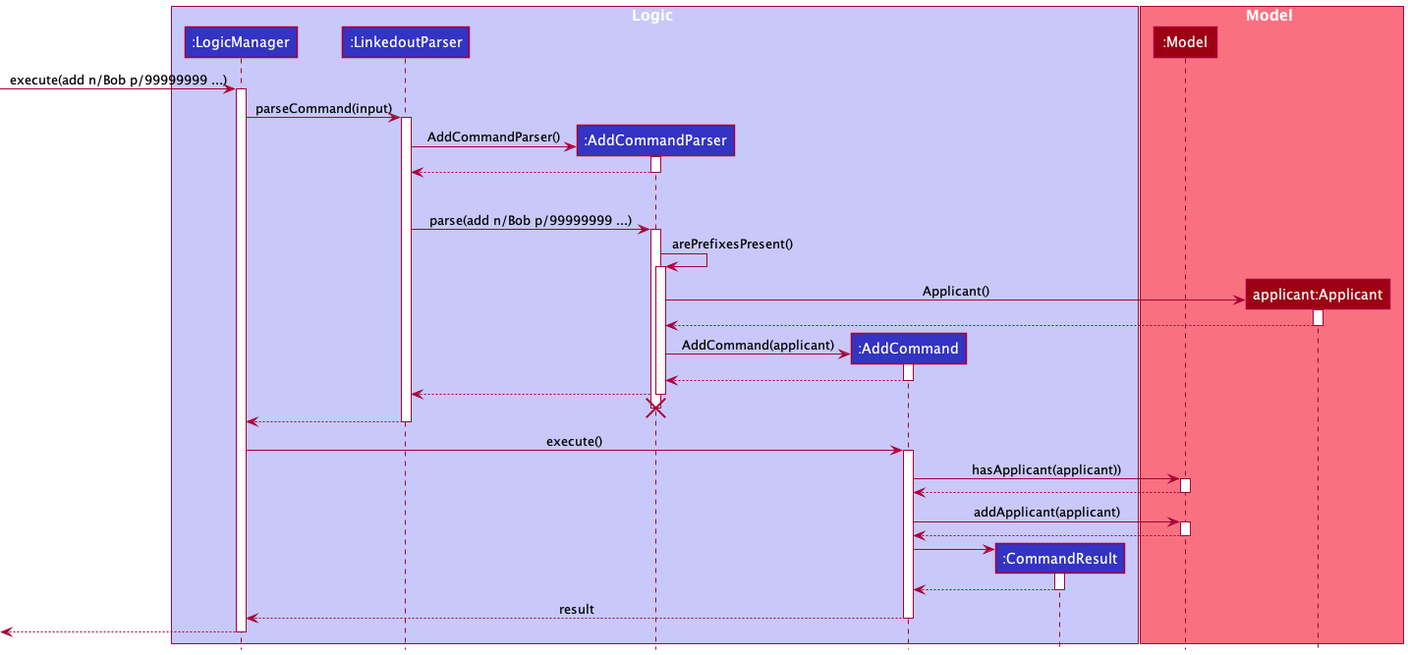
Before: docs/images/AddSequenceDiagram.png, a diagram exported from PlantUML (zzhikai/tp).
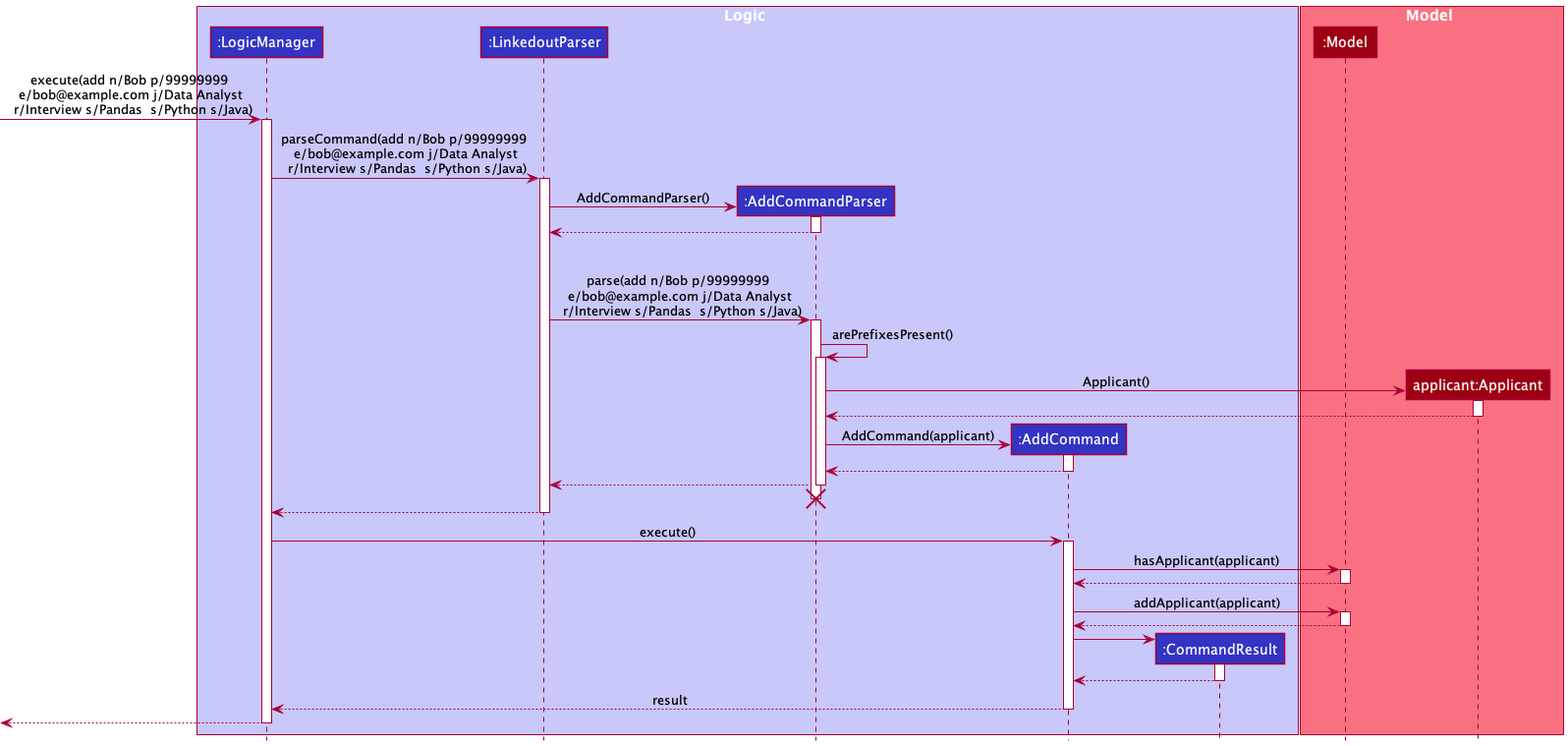
The same file after the commit.

Commit message:
- Update diagrams as directed by team lead

Change to the diagram source:
```diff
@@ -15,10 +15,10 @@
 participant "applicant:Applicant" as Applicant MODEL_COLOR
 end box
 
-[-> LogicManager : execute(add n/Bob p/99999999 ...)
+[-> LogicManager : execute(add n/Bob p/99999999 \n e/bob@example.com j/Data Analyst \n r/Interview s/Pandas  s/Python s/Java)
 activate LogicManager
 
-LogicManager -> LinkedoutParser : parseCommand(input)
+LogicManager -> LinkedoutParser : parseCommand(add n/Bob p/99999999 \n e/bob@example.com j/Data Analyst \n r/Interview s/Pandas  s/Python s/Java)
 activate LinkedoutParser
 
 create AddCommandParser
@@ -30,7 +30,7 @@
 
 AddCommandParser -[hidden]-> LinkedoutParser: BUFFER_MESSAGE
 
-LinkedoutParser -> AddCommandParser : parse(add n/Bob p/99999999 ...)
+LinkedoutParser -> AddCommandParser : parse(add n/Bob p/99999999 \n e/bob@example.com j/Data Analyst \n r/Interview s/Pandas  s/Python s/Java)
 activate AddCommandParser
 
 
@@ -64,7 +64,7 @@
 LogicManager -> AddCommand : execute()
 activate AddCommand
 
-AddCommand -> Model : hasApplicant(applicant))
+AddCommand -> Model : hasApplicant(applicant)
 activate Model
 
 Model --> AddCommand
```
